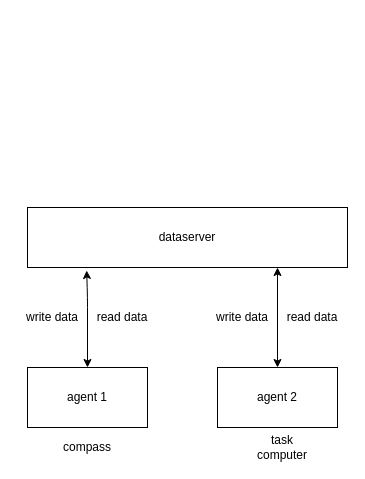
Above: Docs/domain.drawio in manuelportakal/DataServer (draw.io), before the change. Source tidied: cells renumbered, new cells numbered last; positions are measured from the earlier drawing's top-left corner, leaving out a move shared by most shapes. Both pictures are drawn from the tidied source at 100%, with x=0, y=0 at pixel (17, 207).
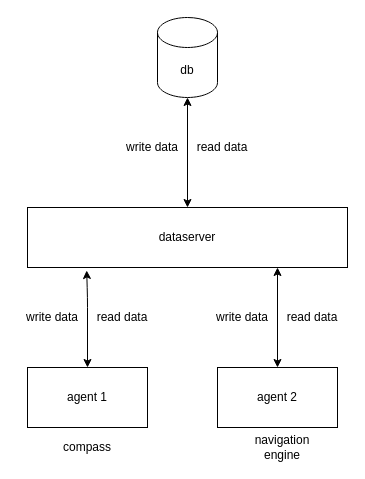
After the change.

What changed in the source:
```diff
@@
 <mxGraphModel>
   <root>
     <mxCell id="0" />
     <mxCell id="1" parent="0" />
     <mxCell id="2" value="dataserver" style="rounded=0;whiteSpace=wrap;html=1;" parent="1" vertex="1">
       <mxGeometry x="10" width="320" height="60" as="geometry" />
     </mxCell>
     <mxCell id="3" value="agent 1" style="rounded=0;whiteSpace=wrap;html=1;" parent="1" vertex="1">
       <mxGeometry x="10" y="160" width="120" height="60" as="geometry" />
     </mxCell>
     <mxCell id="4" style="endArrow=classic;startArrow=classic;html=1;entryX=0.185;entryY=1.05;entryDx=0;entryDy=0;exitX=0.5;exitY=0;exitDx=0;exitDy=0;entryPerimeter=0;" parent="1" edge="1" source="3" target="2">
       <mxGeometry relative="1" as="geometry">
         <Array as="points">
           <mxPoint x="70" y="90" />
         </Array>
       </mxGeometry>
     </mxCell>
     <mxCell id="5" value="write data" style="text;html=1;strokeColor=none;fillColor=none;align=center;verticalAlign=middle;whiteSpace=wrap;rounded=0;" parent="1" vertex="1">
       <mxGeometry y="100" width="70" height="20" as="geometry" />
     </mxCell>
     <mxCell id="6" value="read data" style="text;html=1;strokeColor=none;fillColor=none;align=center;verticalAlign=middle;whiteSpace=wrap;rounded=0;" parent="1" vertex="1">
       <mxGeometry x="70" y="100" width="70" height="20" as="geometry" />
     </mxCell>
     <mxCell id="7" value="agent 2" style="rounded=0;whiteSpace=wrap;html=1;" parent="1" vertex="1">
       <mxGeometry x="200" y="160" width="120" height="60" as="geometry" />
     </mxCell>
     <mxCell id="8" style="endArrow=classic;startArrow=classic;html=1;entryX=0.5;entryY=1;entryDx=0;entryDy=0;exitX=0.5;exitY=0;exitDx=0;exitDy=0;" parent="1" edge="1" source="7">
       <mxGeometry relative="1" as="geometry">
         <mxPoint x="260" y="60" as="targetPoint" />
       </mxGeometry>
     </mxCell>
     <mxCell id="9" value="write data" style="text;html=1;strokeColor=none;fillColor=none;align=center;verticalAlign=middle;whiteSpace=wrap;rounded=0;" parent="1" vertex="1">
       <mxGeometry x="190" y="100" width="70" height="20" as="geometry" />
     </mxCell>
     <mxCell id="10" value="read data" style="text;html=1;strokeColor=none;fillColor=none;align=center;verticalAlign=middle;whiteSpace=wrap;rounded=0;" parent="1" vertex="1">
       <mxGeometry x="260" y="100" width="70" height="20" as="geometry" />
     </mxCell>
     <mxCell id="11" value="compass" style="text;html=1;strokeColor=none;fillColor=none;align=center;verticalAlign=middle;whiteSpace=wrap;rounded=0;" parent="1" vertex="1">
       <mxGeometry x="50" y="230" width="40" height="20" as="geometry" />
     </mxCell>
-    <mxCell id="12" value="task computer" style="text;html=1;strokeColor=none;fillColor=none;align=center;verticalAlign=middle;whiteSpace=wrap;rounded=0;" parent="1" vertex="1">
+    <mxCell id="12" value="navigation engine" style="text;html=1;strokeColor=none;fillColor=none;align=center;verticalAlign=middle;whiteSpace=wrap;rounded=0;" parent="1" vertex="1">
       <mxGeometry x="240" y="230" width="50" height="20" as="geometry" />
     </mxCell>
+    <mxCell id="13" value="db" style="shape=cylinder3;whiteSpace=wrap;html=1;boundedLbl=1;backgroundOutline=1;size=15;" parent="1" vertex="1">
+      <mxGeometry x="140" y="-190" width="60" height="80" as="geometry" />
+    </mxCell>
+    <mxCell id="14" style="endArrow=classic;startArrow=classic;html=1;exitX=0.5;exitY=0;exitDx=0;exitDy=0;" parent="1" edge="1" source="2">
+      <mxGeometry relative="1" as="geometry">
+        <mxPoint x="170" y="-110" as="targetPoint" />
+      </mxGeometry>
+    </mxCell>
+    <mxCell id="15" value="write data" style="text;html=1;strokeColor=none;fillColor=none;align=center;verticalAlign=middle;whiteSpace=wrap;rounded=0;" parent="1" vertex="1">
+      <mxGeometry x="100" y="-70" width="70" height="20" as="geometry" />
+    </mxCell>
+    <mxCell id="16" value="read data" style="text;html=1;strokeColor=none;fillColor=none;align=center;verticalAlign=middle;whiteSpace=wrap;rounded=0;" parent="1" vertex="1">
+      <mxGeometry x="170" y="-70" width="70" height="20" as="geometry" />
+    </mxCell>
   </root>
 </mxGraphModel>
```
